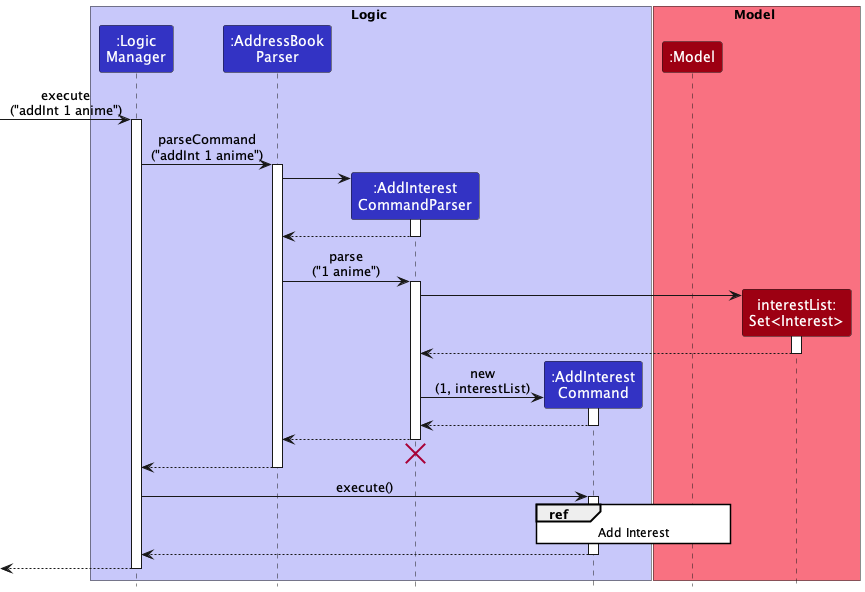
Before: docs/images/AddInterestSequenceDiagram.png, a diagram exported from PlantUML (nus-cs2103-AY2223S1/tp).
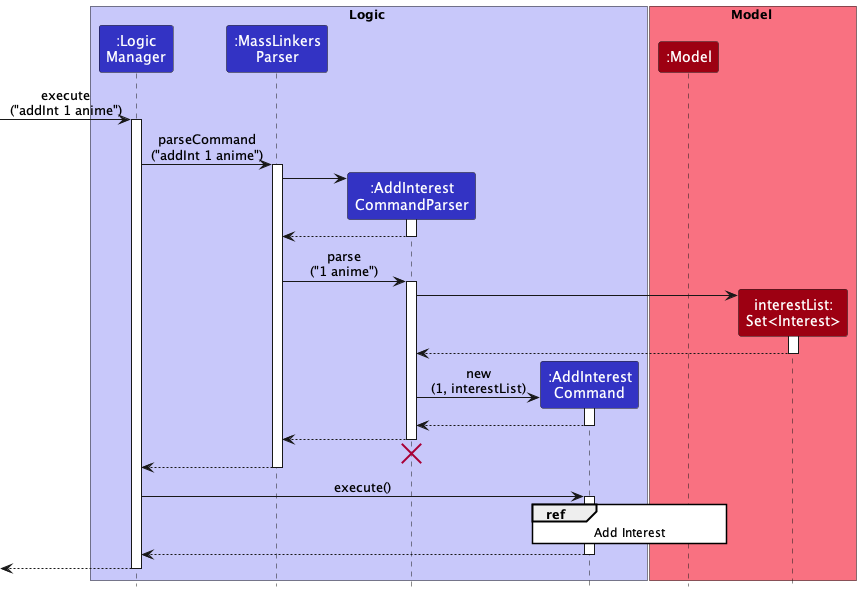
Later version of the same file.

Commit message:
Replace name in diagram

What changed in the source:
```diff
@@ -4,7 +4,7 @@
 skinparam SequenceReferenceBackgroundColor White
 box Logic LOGIC_COLOR_T1
 participant ":Logic\nManager" as LogicManager LOGIC_COLOR
-participant ":AddressBook\nParser" as AddressBookParser LOGIC_COLOR
+participant ":MassLinkers\nParser" as MassLinkersParser LOGIC_COLOR
 participant ":AddInterest\nCommandParser" as AddInterestCommandParser LOGIC_COLOR
 participant ":AddInterest\nCommand" as AddInterestCommand LOGIC_COLOR
 end box
@@ -18,16 +18,16 @@
 [-> LogicManager : execute\n("addInt 1 anime")
 activate LogicManager
 
-LogicManager -> AddressBookParser : parseCommand\n("addInt 1 anime")
-activate AddressBookParser
+LogicManager -> MassLinkersParser : parseCommand\n("addInt 1 anime")
+activate MassLinkersParser
 
 create AddInterestCommandParser
-AddressBookParser -> AddInterestCommandParser
+MassLinkersParser -> AddInterestCommandParser
 activate AddInterestCommandParser
-AddInterestCommandParser --> AddressBookParser
+AddInterestCommandParser --> MassLinkersParser
 deactivate AddInterestCommandParser
 
-AddressBookParser -> AddInterestCommandParser : parse\n("1 anime")
+MassLinkersParser -> AddInterestCommandParser : parse\n("1 anime")
 activate AddInterestCommandParser
 create Interest
 AddInterestCommandParser -> Interest
@@ -43,13 +43,13 @@
 AddInterestCommand --> AddInterestCommandParser
 deactivate AddInterestCommand
 
-AddInterestCommandParser --> AddressBookParser
+AddInterestCommandParser --> MassLinkersParser
 deactivate AddInterestCommandParser
-AddInterestCommandParser -[hidden]-> AddressBookParser
+AddInterestCommandParser -[hidden]-> MassLinkersParser
 destroy AddInterestCommandParser
 
-AddressBookParser --> LogicManager
-deactivate AddressBookParser
+MassLinkersParser --> LogicManager
+deactivate MassLinkersParser
 
 LogicManager -> AddInterestCommand : execute()
 activate AddInterestCommand
```
